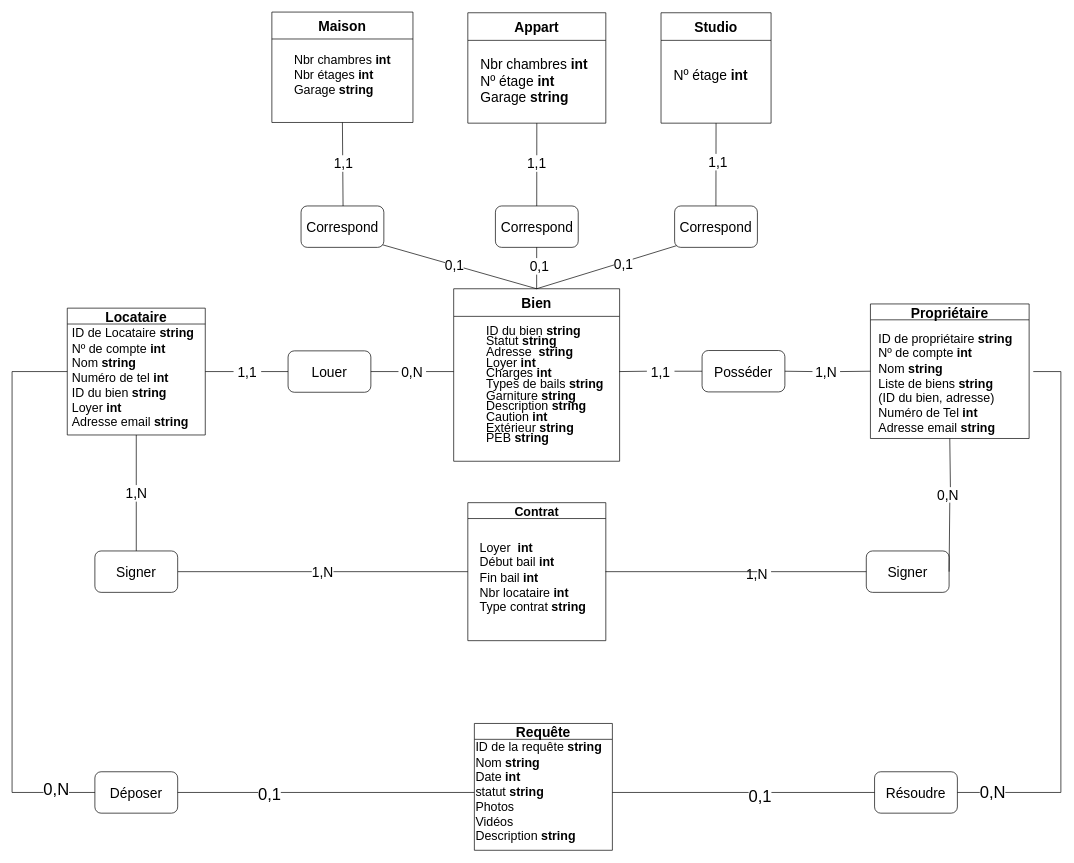
This is page "Schéma intermédiaire" (2 of 20) of Ko-loc (1).drawio from Julienthum/Co-Lock, a draw.io file, before an edit. Source tidied: cells renumbered, new cells numbered last; positions are measured from the earlier drawing's top-left corner, leaving out a move shared by most shapes. Both pictures are drawn from the tidied source at 69%, with x=0, y=0 at pixel (12, 12).
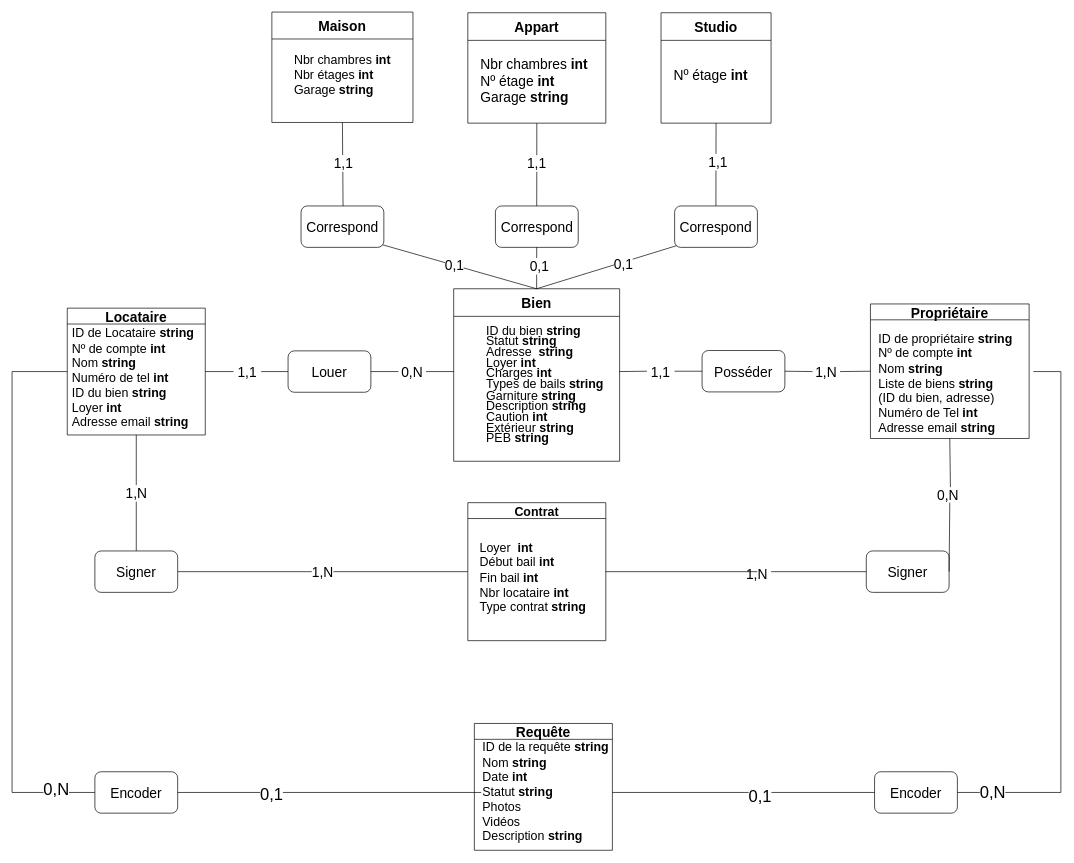
After the change.

Unchanged cells that the change refers to:
```xml
<mxCell id="55" value="Requête" style="swimlane;fontSize=20;" parent="1" vertex="1">
  <mxGeometry x="670" y="1031" width="200" height="183.8" as="geometry" />
</mxCell>
```

Change to the diagram source:
```diff
@@
-    <mxCell id="56" value="&lt;p class=&quot;MsoListParagraphCxSpFirst&quot; style=&quot;margin: 0cm 0cm 0cm 36pt ; line-height: 15.6933px ; font-size: 11pt ; font-family: &amp;#34;calibri&amp;#34; , sans-serif ; text-indent: -18pt&quot;&gt;&lt;/p&gt;&lt;font style=&quot;font-size: 18px&quot;&gt;ID de la requête&amp;nbsp;&lt;b&gt;string&lt;/b&gt;&lt;br&gt;Nom&amp;nbsp;&lt;b&gt;string&lt;/b&gt;&lt;br&gt;Date&amp;nbsp;&lt;b&gt;int&lt;br&gt;&lt;/b&gt;statut&amp;nbsp;&lt;b&gt;string&lt;/b&gt;&lt;br&gt;Photos&lt;br&gt;Vidéos&lt;br&gt;Description&amp;nbsp;&lt;b&gt;string&lt;/b&gt;&lt;br&gt;&lt;/font&gt;" style="text;html=1;strokeColor=none;fillColor=none;align=left;verticalAlign=middle;whiteSpace=wrap;rounded=0;" parent="55" vertex="1">
-      <mxGeometry y="35" width="190" height="130" as="geometry" />
+    <mxCell id="56" value="&lt;p class=&quot;MsoListParagraphCxSpFirst&quot; style=&quot;margin: 0cm 0cm 0cm 36pt ; line-height: 15.6933px ; font-size: 11pt ; font-family: &amp;#34;calibri&amp;#34; , sans-serif ; text-indent: -18pt&quot;&gt;&lt;/p&gt;&lt;font style=&quot;font-size: 18px&quot;&gt;ID de la requête&amp;nbsp;&lt;b&gt;string&lt;/b&gt;&lt;br&gt;Nom&amp;nbsp;&lt;b&gt;string&lt;/b&gt;&lt;br&gt;Date&amp;nbsp;&lt;b&gt;int&lt;br&gt;&lt;/b&gt;Statut&amp;nbsp;&lt;b&gt;string&lt;/b&gt;&lt;br&gt;Photos&lt;br&gt;Vidéos&lt;br&gt;Description&amp;nbsp;&lt;b&gt;string&lt;/b&gt;&lt;br&gt;&lt;/font&gt;" style="text;html=1;strokeColor=none;fillColor=none;align=left;verticalAlign=middle;whiteSpace=wrap;rounded=0;" parent="55" vertex="1">
+      <mxGeometry x="10" y="35" width="190" height="130" as="geometry" />
     </mxCell>
-    <mxCell id="57" value="Déposer" style="rounded=1;whiteSpace=wrap;html=1;fontSize=20;" parent="1" vertex="1">
+    <mxCell id="57" value="Encoder" style="rounded=1;whiteSpace=wrap;html=1;fontSize=20;" parent="1" vertex="1">
       <mxGeometry x="120" y="1101" width="120" height="60" as="geometry" />
     </mxCell>
@@
-    <mxCell id="60" value="Résoudre" style="rounded=1;whiteSpace=wrap;html=1;fontSize=20;" parent="1" vertex="1">
+    <mxCell id="60" value="Encoder" style="rounded=1;whiteSpace=wrap;html=1;fontSize=20;" parent="1" vertex="1">
       <mxGeometry x="1250" y="1101" width="120" height="60" as="geometry" />
     </mxCell>
```
